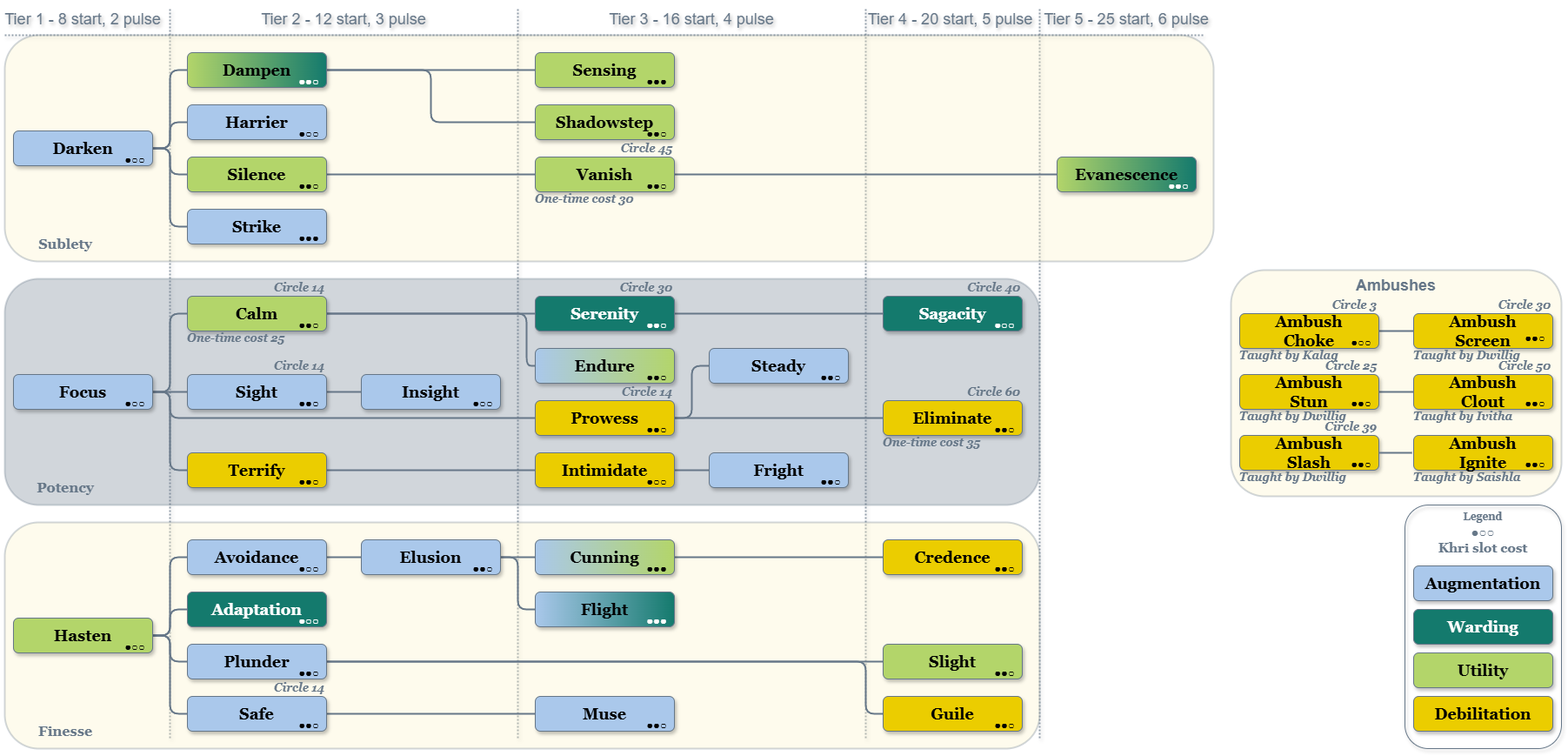
Before: Thief/Thief.png, a diagram exported from draw.io (MahtraDR/dr-spell-trees). Source tidied: cells renumbered, new cells last; positions are measured from the earlier drawing's top-left corner, leaving out a move shared by most shapes.
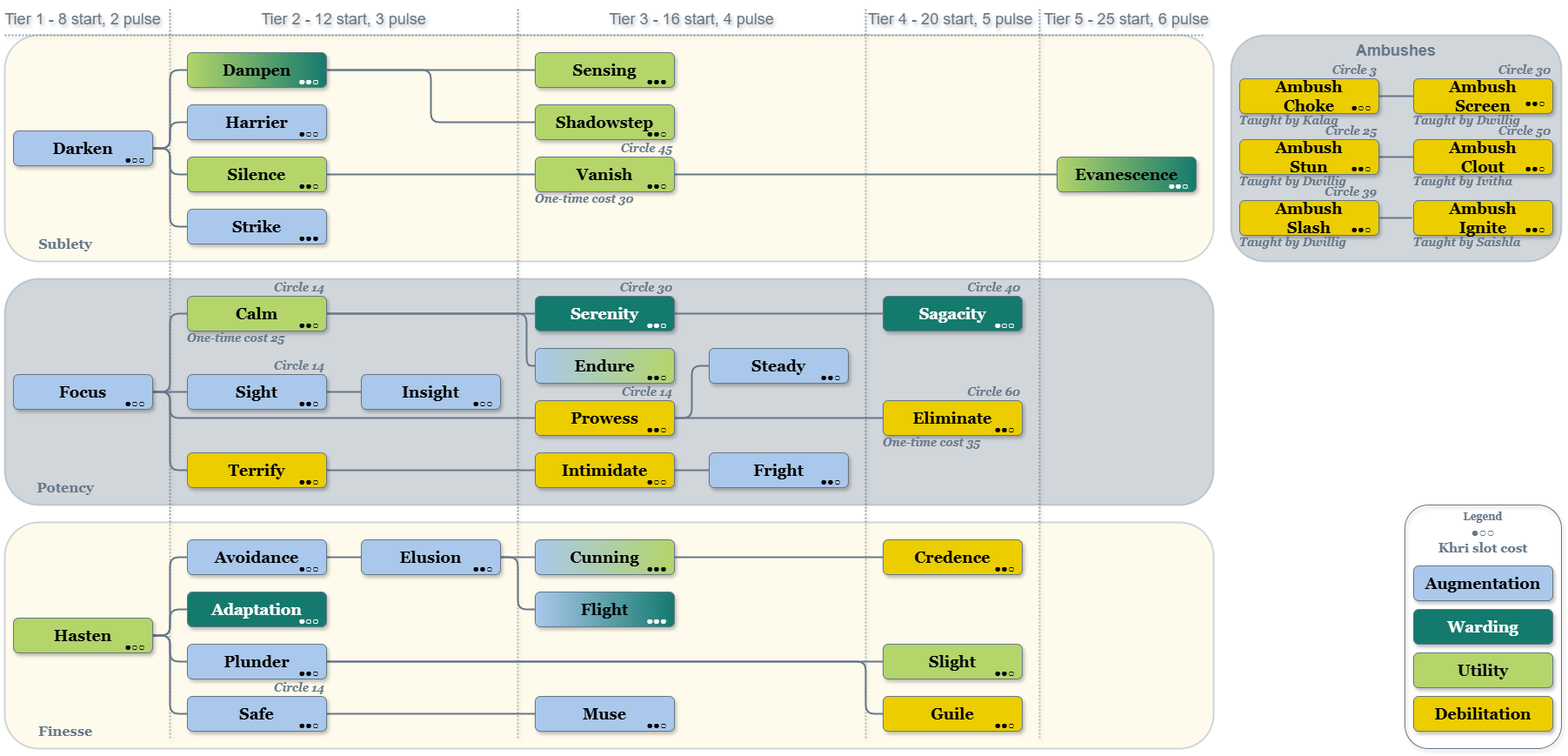
After the commit.

What changed in the source:
```diff
@@ -67,13 +67,13 @@
     </mxCell>
     <mxCell id="18" value="Spellbook borders" parent="0" />
     <mxCell id="19" style="rounded=1;fontFamily=Helvetica;fontSize=11;fontColor=default;labelBackgroundColor=none;fillColor=#FCF4C4;strokeColor=#667788;opacity=30;glass=0;shadow=0;align=center;verticalAlign=middle;gradientColor=none;strokeWidth=2;" parent="18" vertex="1">
-      <mxGeometry y="600" width="1190" height="260" as="geometry" />
+      <mxGeometry y="600" width="1390" height="260" as="geometry" />
     </mxCell>
     <mxCell id="20" value="Finesse" style="text;align=center;verticalAlign=middle;whiteSpace=wrap;rounded=0;fontStyle=1;fontSize=16;fontFamily=Georgia;fontColor=#667788;strokeColor=none;" parent="18" vertex="1">
       <mxGeometry y="820" width="140" height="40" as="geometry" />
     </mxCell>
     <mxCell id="21" style="rounded=1;fontFamily=Helvetica;fontSize=11;fontColor=default;labelBackgroundColor=none;fillColor=#667788;strokeColor=#667788;opacity=30;glass=0;shadow=0;align=center;verticalAlign=middle;gradientColor=none;strokeWidth=2;" parent="18" vertex="1">
-      <mxGeometry y="320" width="1190" height="260" as="geometry" />
+      <mxGeometry y="320" width="1390" height="260" as="geometry" />
     </mxCell>
     <mxCell id="22" value="Potency" style="text;align=center;verticalAlign=middle;whiteSpace=wrap;rounded=0;fontStyle=1;fontSize=16;fontFamily=Georgia;fontColor=#667788;strokeColor=none;" parent="18" vertex="1">
       <mxGeometry y="540" width="140" height="40" as="geometry" />
@@ -84,8 +84,8 @@
     <mxCell id="24" value="Sublety" style="text;align=center;verticalAlign=middle;whiteSpace=wrap;rounded=0;fontStyle=1;fontSize=16;fontFamily=Georgia;fontColor=#667788;strokeColor=none;" parent="18" vertex="1">
       <mxGeometry y="260" width="140" height="40" as="geometry" />
     </mxCell>
-    <mxCell id="25" value="Ambushes" style="rounded=1;fontFamily=Helvetica;fontSize=18;fontColor=#667788;labelBackgroundColor=none;fillColor=#FCF4C4;strokeColor=#667788;opacity=30;glass=0;shadow=0;align=center;verticalAlign=top;gradientColor=none;strokeWidth=2;fontStyle=1;" parent="18" vertex="1">
-      <mxGeometry x="1410" y="310" width="380" height="260" as="geometry" />
+    <mxCell id="25" value="Ambushes" style="rounded=1;fontFamily=Helvetica;fontSize=18;fontColor=#667788;labelBackgroundColor=none;fillColor=#667788;strokeColor=#667788;opacity=30;glass=0;shadow=0;align=center;verticalAlign=top;gradientColor=none;strokeWidth=2;fontStyle=1;" parent="18" vertex="1">
+      <mxGeometry x="1410" y="40" width="380" height="260" as="geometry" />
     </mxCell>
     <mxCell id="26" value="Shapes and Lines" parent="0" />
     <mxCell id="27" value="Adaptation" style="rounded=1;strokeWidth=1;strokeColor=#667788;textShadow=0;labelBackgroundColor=none;whiteSpace=wrap;fontSize=18;fontFamily=Georgia;fillColor=#147A6D;fontColor=#FFFFFF;shadow=1;glass=0;align=center;verticalAlign=middle;fontStyle=1;" parent="26" vertex="1">
@@ -299,28 +299,28 @@
       <mxGeometry x="210" y="340" width="160" height="40" as="geometry" />
     </mxCell>
     <mxCell id="92" value="Ambush&#10;Slash" style="rounded=1;whiteSpace=wrap;fillColor=#EBCD00;labelBackgroundColor=none;fontFamily=Georgia;fontSize=18;strokeColor=#667788;shadow=1;glass=0;strokeWidth=1;align=center;fontStyle=1;verticalAlign=middle;fontColor=#000000;textShadow=0;" parent="26" vertex="1">
-      <mxGeometry x="1420" y="500" width="160" height="40" as="geometry" />
+      <mxGeometry x="1420" y="230" width="160" height="40" as="geometry" />
     </mxCell>
     <mxCell id="93" style="edgeStyle=orthogonalEdgeStyle;shape=connector;curved=0;rounded=1;jettySize=auto;html=1;exitX=1;exitY=0.5;exitDx=0;exitDy=0;entryX=0;entryY=0.5;entryDx=0;entryDy=0;strokeColor=#667788;strokeWidth=2;align=center;verticalAlign=middle;fontFamily=Helvetica;fontSize=11;fontColor=default;labelBackgroundColor=default;endArrow=none;endFill=0;" parent="26" edge="1" source="94" target="98">
       <mxGeometry relative="1" as="geometry" />
     </mxCell>
     <mxCell id="94" value="Ambush&#10;Stun" style="rounded=1;whiteSpace=wrap;fillColor=#EBCD00;labelBackgroundColor=none;fontFamily=Georgia;fontSize=18;strokeColor=#667788;shadow=1;glass=0;strokeWidth=1;align=center;fontStyle=1;verticalAlign=middle;fontColor=#000000;textShadow=0;" parent="26" vertex="1">
-      <mxGeometry x="1420" y="430" width="160" height="40" as="geometry" />
+      <mxGeometry x="1420" y="160" width="160" height="40" as="geometry" />
     </mxCell>
     <mxCell id="95" style="edgeStyle=orthogonalEdgeStyle;shape=connector;curved=0;rounded=1;jettySize=auto;html=1;exitX=1;exitY=0.5;exitDx=0;exitDy=0;entryX=0;entryY=0.5;entryDx=0;entryDy=0;strokeColor=#667788;strokeWidth=2;align=center;verticalAlign=middle;fontFamily=Helvetica;fontSize=11;fontColor=default;labelBackgroundColor=default;endArrow=none;endFill=0;" parent="26" edge="1" source="96" target="99">
       <mxGeometry relative="1" as="geometry" />
     </mxCell>
     <mxCell id="96" value="Ambush&#10;Choke" style="rounded=1;whiteSpace=wrap;fillColor=#EBCD00;labelBackgroundColor=none;fontFamily=Georgia;fontSize=18;strokeColor=#667788;shadow=1;glass=0;strokeWidth=1;align=center;fontStyle=1;verticalAlign=middle;fontColor=#000000;textShadow=0;" parent="26" vertex="1">
-      <mxGeometry x="1420" y="360" width="160" height="40" as="geometry" />
+      <mxGeometry x="1420" y="90" width="160" height="40" as="geometry" />
     </mxCell>
     <mxCell id="97" value="Ambush&#10;Ignite" style="rounded=1;whiteSpace=wrap;fillColor=#EBCD00;labelBackgroundColor=none;fontFamily=Georgia;fontSize=18;strokeColor=#667788;shadow=1;glass=0;strokeWidth=1;align=center;fontStyle=1;verticalAlign=middle;fontColor=#000000;textShadow=0;" parent="26" vertex="1">
-      <mxGeometry x="1620" y="500" width="160" height="40" as="geometry" />
+      <mxGeometry x="1620" y="230" width="160" height="40" as="geometry" />
     </mxCell>
     <mxCell id="98" value="Ambush&#10;Clout" style="rounded=1;whiteSpace=wrap;fillColor=#EBCD00;labelBackgroundColor=none;fontFamily=Georgia;fontSize=18;strokeColor=#667788;shadow=1;glass=0;strokeWidth=1;align=center;fontStyle=1;verticalAlign=middle;fontColor=#000000;textShadow=0;" parent="26" vertex="1">
-      <mxGeometry x="1620" y="430" width="160" height="40" as="geometry" />
+      <mxGeometry x="1620" y="160" width="160" height="40" as="geometry" />
     </mxCell>
     <mxCell id="99" value="Ambush&#10;Screen" style="rounded=1;whiteSpace=wrap;fillColor=#EBCD00;labelBackgroundColor=none;fontFamily=Georgia;fontSize=18;strokeColor=#667788;shadow=1;glass=0;strokeWidth=1;align=center;fontStyle=1;verticalAlign=middle;fontColor=#000000;textShadow=0;" parent="26" vertex="1">
-      <mxGeometry x="1620" y="360" width="160" height="40" as="geometry" />
+      <mxGeometry x="1620" y="90" width="160" height="40" as="geometry" />
     </mxCell>
     <mxCell id="100" style="edgeStyle=orthogonalEdgeStyle;shape=connector;curved=0;rounded=1;jettySize=auto;html=1;exitX=1;exitY=0.5;exitDx=0;exitDy=0;entryX=-0.011;entryY=0.532;entryDx=0;entryDy=0;entryPerimeter=0;strokeColor=#667788;strokeWidth=2;align=center;verticalAlign=middle;fontFamily=Helvetica;fontSize=11;fontColor=default;labelBackgroundColor=default;endArrow=none;endFill=0;" parent="26" edge="1" source="92" target="97">
       <mxGeometry relative="1" as="geometry" />
@@ -354,7 +354,7 @@
       <mxGeometry x="530" y="450" width="40" height="20" as="geometry" />
     </mxCell>
     <mxCell id="111" value="●○○" style="text;align=center;verticalAlign=middle;rounded=0;fontFamily=Helvetica;fontSize=13;fontColor=default;labelBackgroundColor=none;spacing=0;spacingTop=0;spacingBottom=-5;fillColor=none;" parent="101" vertex="1">
-      <mxGeometry x="1540" y="380" width="40" height="20" as="geometry" />
+      <mxGeometry x="1540" y="110" width="40" height="20" as="geometry" />
     </mxCell>
     <mxCell id="112" value="●●●" style="text;align=center;verticalAlign=middle;rounded=0;fontFamily=Helvetica;fontSize=13;fontColor=default;labelBackgroundColor=none;spacing=0;spacingTop=0;spacingBottom=-5;fillColor=none;" parent="101" vertex="1">
       <mxGeometry x="730" y="80" width="40" height="20" as="geometry" />
@@ -390,19 +390,19 @@
       <mxGeometry x="1130" y="640" width="40" height="20" as="geometry" />
     </mxCell>
     <mxCell id="123" value="●●○" style="text;align=center;verticalAlign=middle;rounded=0;fontFamily=Helvetica;fontSize=13;fontColor=default;labelBackgroundColor=none;spacing=0;spacingTop=0;spacingBottom=-5;fillColor=none;" parent="101" vertex="1">
-      <mxGeometry x="1540" y="450" width="40" height="20" as="geometry" />
+      <mxGeometry x="1540" y="180" width="40" height="20" as="geometry" />
     </mxCell>
     <mxCell id="124" value="●●○" style="text;align=center;verticalAlign=middle;rounded=0;fontFamily=Helvetica;fontSize=13;fontColor=default;labelBackgroundColor=none;spacing=0;spacingTop=0;spacingBottom=-5;fillColor=none;" parent="101" vertex="1">
-      <mxGeometry x="1540" y="520" width="40" height="20" as="geometry" />
+      <mxGeometry x="1540" y="250" width="40" height="20" as="geometry" />
     </mxCell>
     <mxCell id="125" value="●●○" style="text;align=center;verticalAlign=middle;rounded=0;fontFamily=Helvetica;fontSize=13;fontColor=default;labelBackgroundColor=none;spacing=0;spacingTop=0;spacingBottom=-5;fillColor=none;" parent="101" vertex="1">
-      <mxGeometry x="1740" y="520" width="40" height="20" as="geometry" />
+      <mxGeometry x="1740" y="250" width="40" height="20" as="geometry" />
     </mxCell>
     <mxCell id="126" value="●●○" style="text;align=center;verticalAlign=middle;rounded=0;fontFamily=Helvetica;fontSize=13;fontColor=default;labelBackgroundColor=none;spacing=0;spacingTop=0;spacingBottom=-5;fillColor=none;" parent="101" vertex="1">
-      <mxGeometry x="1740" y="450" width="40" height="20" as="geometry" />
+      <mxGeometry x="1740" y="180" width="40" height="20" as="geometry" />
     </mxCell>
     <mxCell id="127" value="●●○" style="text;align=center;verticalAlign=middle;rounded=0;fontFamily=Helvetica;fontSize=13;fontColor=default;labelBackgroundColor=none;spacing=0;spacingTop=0;spacingBottom=-5;fillColor=none;" parent="101" vertex="1">
-      <mxGeometry x="1740" y="375" width="40" height="20" as="geometry" />
+      <mxGeometry x="1740" y="105" width="40" height="20" as="geometry" />
     </mxCell>
     <mxCell id="128" value="●●○" style="text;align=center;verticalAlign=middle;rounded=0;fontFamily=Helvetica;fontSize=13;fontColor=default;labelBackgroundColor=none;spacing=0;spacingTop=0;spacingBottom=-5;fillColor=none;" parent="101" vertex="1">
       <mxGeometry x="1130" y="480" width="40" height="20" as="geometry" />
@@ -472,37 +472,37 @@
       <mxGeometry x="1100" y="310" width="70" height="30" as="geometry" />
     </mxCell>
     <mxCell id="151" value="Circle 3" style="text;align=right;verticalAlign=bottom;strokeColor=none;fillColor=none;fontFamily=Georgia;fontSize=13;fontColor=#667788;labelBackgroundColor=none;fontStyle=3;" parent="142" vertex="1">
-      <mxGeometry x="1510" y="330" width="70" height="30" as="geometry" />
+      <mxGeometry x="1510" y="60" width="70" height="30" as="geometry" />
     </mxCell>
     <mxCell id="152" value="Circle 25" style="text;align=right;verticalAlign=bottom;strokeColor=none;fillColor=none;fontFamily=Georgia;fontSize=13;fontColor=#667788;labelBackgroundColor=none;fontStyle=3;" parent="142" vertex="1">
-      <mxGeometry x="1510" y="400" width="70" height="30" as="geometry" />
+      <mxGeometry x="1510" y="130" width="70" height="30" as="geometry" />
     </mxCell>
     <mxCell id="153" value="Circle 30" style="text;align=right;verticalAlign=bottom;strokeColor=none;fillColor=none;fontFamily=Georgia;fontSize=13;fontColor=#667788;labelBackgroundColor=none;fontStyle=3;" parent="142" vertex="1">
-      <mxGeometry x="1710" y="330" width="70" height="30" as="geometry" />
+      <mxGeometry x="1710" y="60" width="70" height="30" as="geometry" />
     </mxCell>
     <mxCell id="154" value="Circle 39" style="text;align=right;verticalAlign=bottom;strokeColor=none;fillColor=none;fontFamily=Georgia;fontSize=13;fontColor=#667788;labelBackgroundColor=none;fontStyle=3;" parent="142" vertex="1">
-      <mxGeometry x="1510" y="470" width="70" height="30" as="geometry" />
+      <mxGeometry x="1510" y="200" width="70" height="30" as="geometry" />
     </mxCell>
     <mxCell id="155" value="Circle 50" style="text;align=right;verticalAlign=bottom;strokeColor=none;fillColor=none;fontFamily=Georgia;fontSize=13;fontColor=#667788;labelBackgroundColor=none;fontStyle=3;" parent="142" vertex="1">
-      <mxGeometry x="1710" y="400" width="70" height="30" as="geometry" />
+      <mxGeometry x="1710" y="130" width="70" height="30" as="geometry" />
     </mxCell>
     <mxCell id="156" value="Taught by Kalag" style="text;align=left;verticalAlign=top;strokeColor=none;fillColor=none;fontFamily=Georgia;fontSize=13;fontColor=#667788;labelBackgroundColor=none;spacing=0;spacingBottom=0;spacingTop=-4;fontStyle=3;" parent="142" vertex="1">
-      <mxGeometry x="1420" y="400" width="110" height="20" as="geometry" />
+      <mxGeometry x="1420" y="130" width="110" height="20" as="geometry" />
     </mxCell>
     <mxCell id="157" value="Taught by Dwillig" style="text;align=left;verticalAlign=top;strokeColor=none;fillColor=none;fontFamily=Georgia;fontSize=13;fontColor=#667788;labelBackgroundColor=none;spacing=0;spacingBottom=0;spacingTop=-4;fontStyle=3;" parent="142" vertex="1">
-      <mxGeometry x="1620" y="400" width="110" height="20" as="geometry" />
+      <mxGeometry x="1620" y="130" width="110" height="20" as="geometry" />
     </mxCell>
     <mxCell id="158" value="Taught by Dwillig" style="text;align=left;verticalAlign=top;strokeColor=none;fillColor=none;fontFamily=Georgia;fontSize=13;fontColor=#667788;labelBackgroundColor=none;spacing=0;spacingBottom=0;spacingTop=-4;fontStyle=3;" parent="142" vertex="1">
-      <mxGeometry x="1420" y="470" width="110" height="20" as="geometry" />
+      <mxGeometry x="1420" y="200" width="110" height="20" as="geometry" />
     </mxCell>
     <mxCell id="159" value="Taught by Dwillig" style="text;align=left;verticalAlign=top;strokeColor=none;fillColor=none;fontFamily=Georgia;fontSize=13;fontColor=#667788;labelBackgroundColor=none;spacing=0;spacingBottom=0;spacingTop=-4;fontStyle=3;" parent="142" vertex="1">
-      <mxGeometry x="1420" y="540" width="110" height="20" as="geometry" />
+      <mxGeometry x="1420" y="270" width="110" height="20" as="geometry" />
     </mxCell>
     <mxCell id="160" value="Taught by Saishla" style="text;align=left;verticalAlign=top;strokeColor=none;fillColor=none;fontFamily=Georgia;fontSize=13;fontColor=#667788;labelBackgroundColor=none;spacing=0;spacingBottom=0;spacingTop=-4;fontStyle=3;" parent="142" vertex="1">
-      <mxGeometry x="1620" y="540" width="110" height="20" as="geometry" />
+      <mxGeometry x="1620" y="270" width="110" height="20" as="geometry" />
     </mxCell>
     <mxCell id="161" value="Taught by Ivitha" style="text;align=left;verticalAlign=top;strokeColor=none;fillColor=none;fontFamily=Georgia;fontSize=13;fontColor=#667788;labelBackgroundColor=none;spacing=0;spacingBottom=0;spacingTop=-4;fontStyle=3;" parent="142" vertex="1">
-      <mxGeometry x="1620" y="470" width="110" height="20" as="geometry" />
+      <mxGeometry x="1620" y="200" width="110" height="20" as="geometry" />
     </mxCell>
     <mxCell id="162" value="Spell Pre-requisites text" parent="0" />
     <mxCell id="163" value="One-time cost 35" style="text;align=left;verticalAlign=top;strokeColor=none;fillColor=none;fontFamily=Georgia;fontSize=13;fontColor=#667788;labelBackgroundColor=none;spacing=0;spacingBottom=0;spacingTop=-4;fontStyle=3;" parent="162" vertex="1">
```
